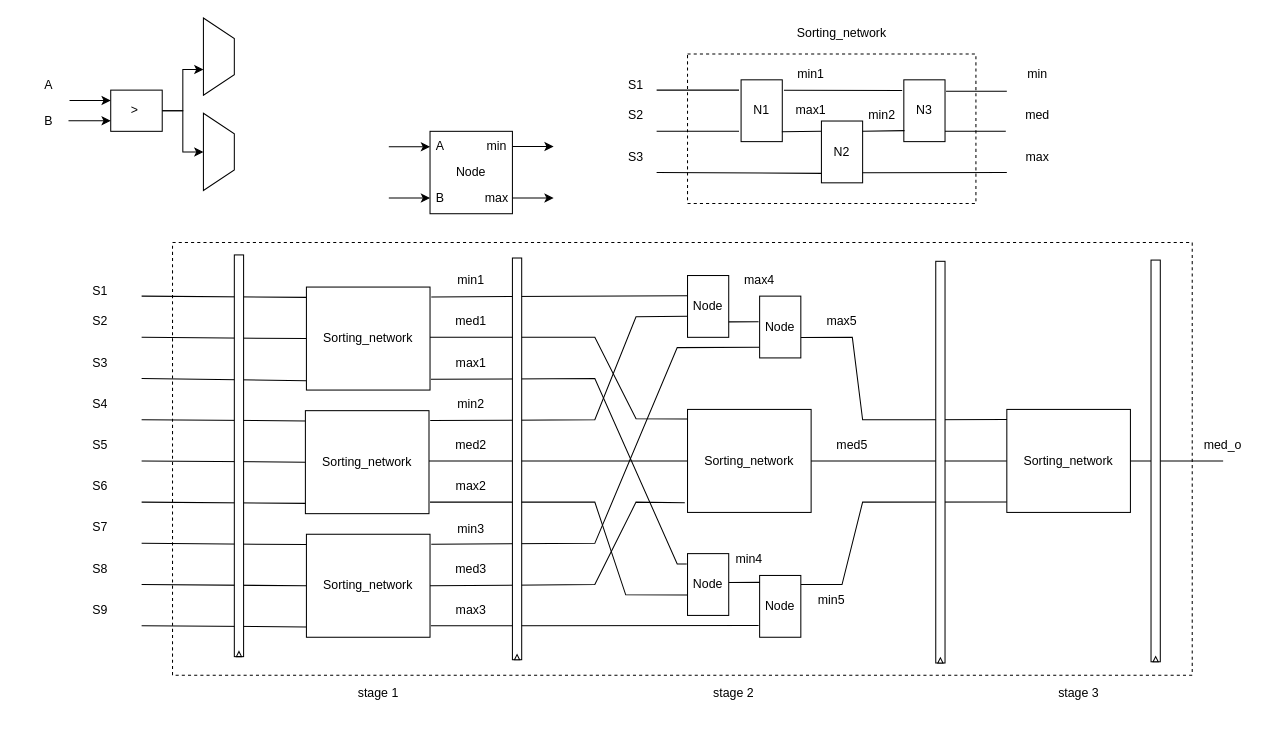
Earlier version of the draw.io diagram Draw/MedianFilterModules/MedianSystolicModule3x3.drawio (Hieuueihm/Thesis). Source tidied: cells renumbered, new cells numbered last; positions are measured from the earlier drawing's top-left corner, leaving out a move shared by most shapes. Both pictures are drawn from the tidied source at 103%, with x=0, y=0 at pixel (18, 18).
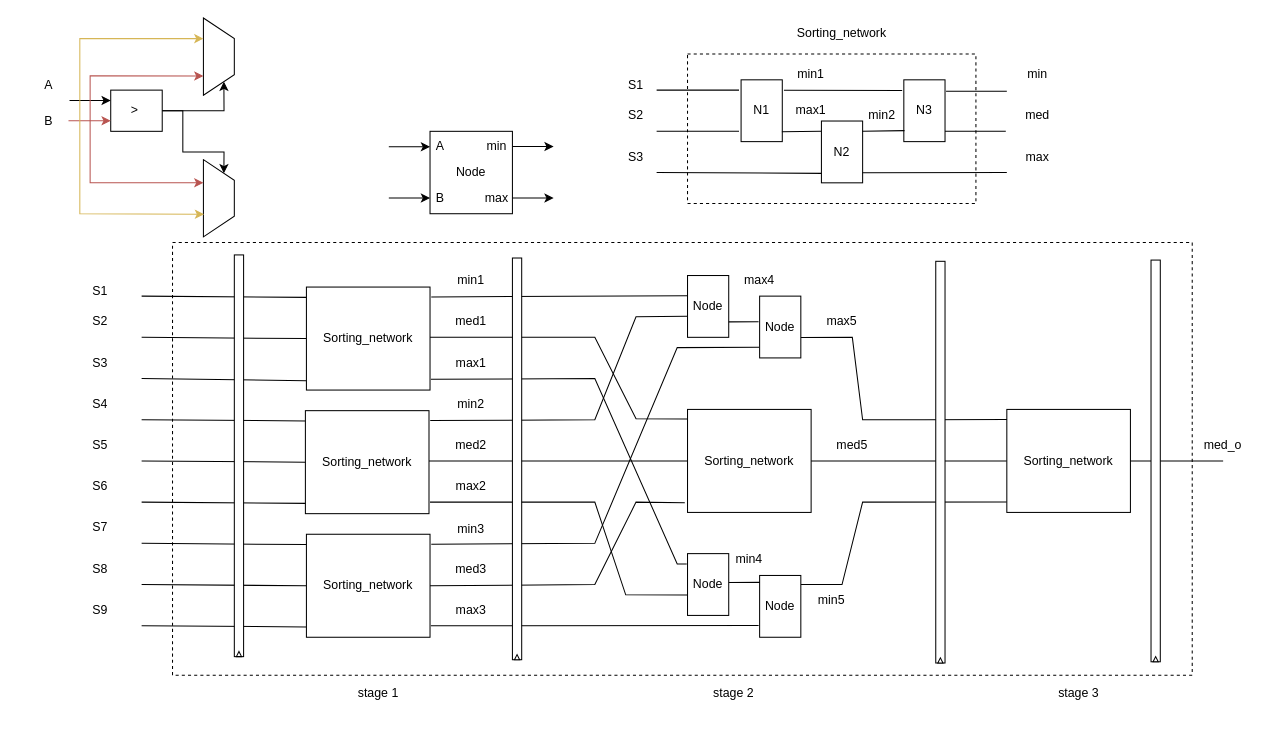
After the change.

Unchanged cells that the change refers to:
```xml
<mxCell id="108" value="&amp;gt;&amp;nbsp;" style="rounded=0;whiteSpace=wrap;html=1;" parent="1" vertex="1">
  <mxGeometry x="90" y="70" width="50" height="40" as="geometry" />
</mxCell>
<mxCell id="111" value="A" style="text;html=1;align=center;verticalAlign=middle;whiteSpace=wrap;rounded=0;" parent="1" vertex="1">
  <mxGeometry y="50" width="60" height="30" as="geometry" />
</mxCell>
<mxCell id="115" style="shape=trapezoid;perimeter=trapezoidPerimeter;whiteSpace=wrap;html=1;fixedSize=1;direction=south;" parent="1" vertex="1">
  <mxGeometry x="180" width="30" height="75" as="geometry" />
</mxCell>
```

The edit, as a diff of the source:
```diff
@@
-    <mxCell id="110" style="endArrow=classic;html=1;rounded=0;entryX=0.018;entryY=0.346;entryDx=0;entryDy=0;entryPerimeter=0;" parent="1" edge="1">
+    <mxCell id="110" style="endArrow=classic;html=1;rounded=0;entryX=0.018;entryY=0.346;entryDx=0;entryDy=0;entryPerimeter=0;fillColor=#f8cecc;strokeColor=#b85450;" parent="1" edge="1">
       <mxGeometry relative="1" as="geometry">
         <mxPoint x="49" y="99.8" as="sourcePoint" />
         <mxPoint x="90" y="99.8" as="targetPoint" />
       </mxGeometry>
     </mxCell>
@@
-    <mxCell id="113" style="endArrow=classic;html=1;rounded=0;exitX=1;exitY=0.5;exitDx=0;exitDy=0;" parent="1" edge="1" source="108">
+    <mxCell id="113" style="endArrow=classic;html=1;rounded=0;exitX=1;exitY=0.5;exitDx=0;exitDy=0;entryX=1;entryY=0.25;entryDx=0;entryDy=0;" parent="1" edge="1" source="108" target="115">
       <mxGeometry relative="1" as="geometry">
-        <mxPoint x="180" y="50" as="targetPoint" />
         <Array as="points">
           <mxPoint x="160" y="90" />
-          <mxPoint x="160" y="50" />
+          <mxPoint x="200" y="90" />
         </Array>
       </mxGeometry>
     </mxCell>
-    <mxCell id="114" style="endArrow=classic;html=1;rounded=0;exitX=1;exitY=0.5;exitDx=0;exitDy=0;" parent="1" edge="1" source="108">
+    <mxCell id="114" style="endArrow=classic;html=1;rounded=0;exitX=1;exitY=0.5;exitDx=0;exitDy=0;entryX=0;entryY=0.25;entryDx=0;entryDy=0;" parent="1" edge="1" source="108" target="116">
       <mxGeometry relative="1" as="geometry">
-        <mxPoint x="180" y="130" as="targetPoint" />
         <Array as="points">
           <mxPoint x="160" y="90" />
           <mxPoint x="160" y="130" />
+          <mxPoint x="200" y="130" />
         </Array>
       </mxGeometry>
     </mxCell>
@@
     <mxCell id="116" style="shape=trapezoid;perimeter=trapezoidPerimeter;whiteSpace=wrap;html=1;fixedSize=1;direction=south;" parent="1" vertex="1">
-      <mxGeometry x="180" y="92.5" width="30" height="75" as="geometry" />
+      <mxGeometry x="180" y="137.5" width="30" height="75" as="geometry" />
     </mxCell>
+    <mxCell id="117" style="endArrow=classic;html=1;rounded=0;entryX=0.3;entryY=1;entryDx=0;entryDy=0;entryPerimeter=0;fillColor=#f8cecc;strokeColor=#b85450;" parent="1" edge="1" target="116">
+      <mxGeometry relative="1" as="geometry">
+        <mxPoint x="70" y="100" as="sourcePoint" />
+        <Array as="points">
+          <mxPoint x="70" y="160" />
+        </Array>
+      </mxGeometry>
+    </mxCell>
+    <mxCell id="118" style="endArrow=classic;html=1;rounded=0;entryX=0.75;entryY=1;entryDx=0;entryDy=0;fillColor=#f8cecc;strokeColor=#b85450;" parent="1" edge="1" target="115">
+      <mxGeometry relative="1" as="geometry">
+        <mxPoint x="70" y="100" as="sourcePoint" />
+        <Array as="points">
+          <mxPoint x="70" y="56" />
+        </Array>
+      </mxGeometry>
+    </mxCell>
+    <mxCell id="119" style="endArrow=classic;html=1;rounded=0;exitX=1;exitY=1;exitDx=0;exitDy=0;entryX=0.706;entryY=0.979;entryDx=0;entryDy=0;entryPerimeter=0;fillColor=#fff2cc;strokeColor=#d6b656;" parent="1" edge="1" source="111" target="116">
+      <mxGeometry relative="1" as="geometry">
+        <Array as="points">
+          <mxPoint x="60" y="190" />
+        </Array>
+      </mxGeometry>
+    </mxCell>
+    <mxCell id="120" style="endArrow=classic;html=1;rounded=0;exitX=1;exitY=1;exitDx=0;exitDy=0;fillColor=#fff2cc;strokeColor=#d6b656;" parent="1" edge="1" source="111">
+      <mxGeometry relative="1" as="geometry">
+        <mxPoint x="180" y="20" as="targetPoint" />
+        <Array as="points">
+          <mxPoint x="60" y="20" />
+        </Array>
+      </mxGeometry>
+    </mxCell>
```
